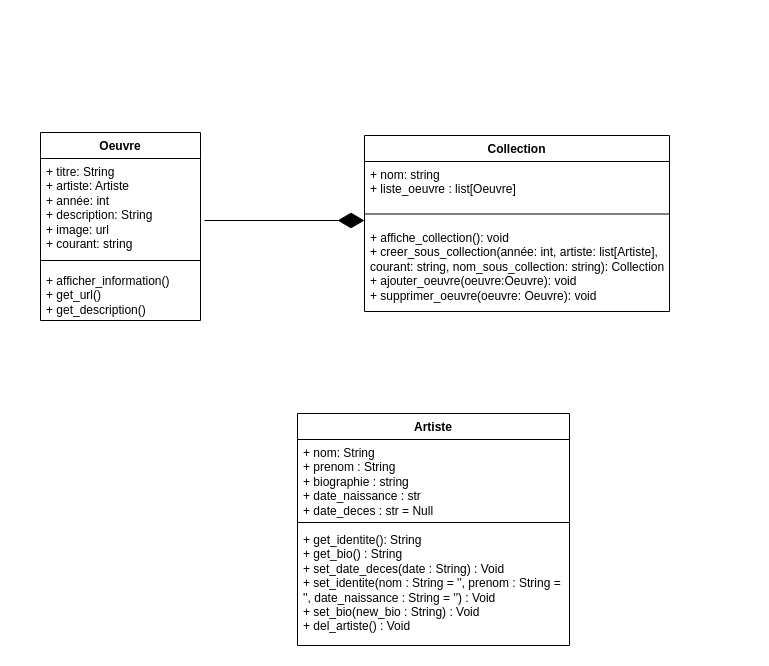
This is artefile_uml.drawio from akbarNz/projet_dev_ba2, a draw.io file, before an edit. Source tidied: cells renumbered, new cells numbered last; positions are measured from the earlier drawing's top-left corner, leaving out a move shared by most shapes. Both pictures are drawn from the tidied source at 100%, with x=0, y=0 at pixel (40, 132).
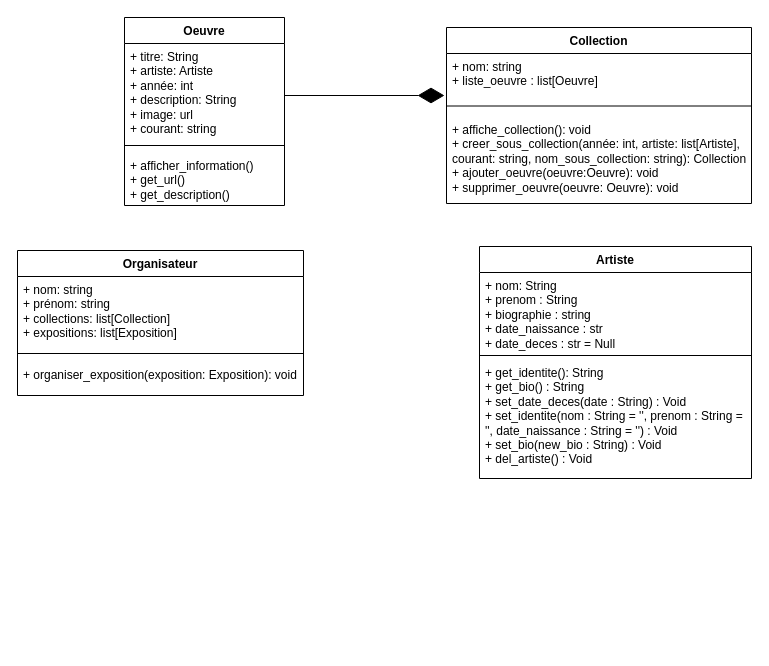
After the change.

Commit message:
Mettre à jour organisateur

What changed in the source:
```diff
@@
 <mxGraphModel>
   <root>
     <mxCell id="0" />
     <mxCell id="1" parent="0" />
     <mxCell id="2" value="Oeuvre" style="swimlane;fontStyle=1;align=center;verticalAlign=top;horizontal=1;startSize=26;whiteSpace=wrap;html=1;" parent="1" vertex="1">
-      <mxGeometry width="160" height="188" as="geometry" />
+      <mxGeometry x="84" y="-115" width="160" height="188" as="geometry" />
     </mxCell>
     <mxCell id="3" value="&lt;span style=&quot;text-wrap-mode: nowrap;&quot;&gt;+ titre: String&lt;/span&gt;&lt;br style=&quot;padding: 0px; margin: 0px; text-wrap-mode: nowrap;&quot;&gt;&lt;span style=&quot;text-wrap-mode: nowrap;&quot;&gt;+ artiste: Artiste&lt;/span&gt;&lt;br style=&quot;padding: 0px; margin: 0px; text-wrap-mode: nowrap;&quot;&gt;&lt;span style=&quot;text-wrap-mode: nowrap;&quot;&gt;+ année: int&lt;/span&gt;&lt;br style=&quot;padding: 0px; margin: 0px; text-wrap-mode: nowrap;&quot;&gt;&lt;span style=&quot;text-wrap-mode: nowrap;&quot;&gt;+ description: String&lt;/span&gt;&lt;br style=&quot;padding: 0px; margin: 0px; text-wrap-mode: nowrap;&quot;&gt;&lt;span style=&quot;text-wrap-mode: nowrap;&quot;&gt;+ image: url&lt;/span&gt;&lt;div&gt;&lt;span style=&quot;text-wrap-mode: nowrap;&quot;&gt;+ courant: string&lt;/span&gt;&lt;/div&gt;&lt;div&gt;&lt;span style=&quot;text-wrap-mode: nowrap;&quot;&gt;&lt;br&gt;&lt;/span&gt;&lt;/div&gt;" style="text;strokeColor=none;fillColor=none;align=left;verticalAlign=top;spacingLeft=4;spacingRight=4;overflow=hidden;whiteSpace=wrap;html=1;" parent="2" vertex="1">
       <mxGeometry y="26" width="160" height="95" as="geometry" />
     </mxCell>
     <mxCell id="4" style="line;strokeWidth=1;fillColor=none;align=left;verticalAlign=middle;spacingTop=-1;spacingLeft=3;spacingRight=3;labelPosition=right;strokeColor=inherit;" parent="2" vertex="1">
       <mxGeometry y="121" width="160" height="14" as="geometry" />
     </mxCell>
     <mxCell id="5" value="+ afficher_information()&lt;div&gt;+ get_url()&lt;/div&gt;&lt;div&gt;+&amp;nbsp;&lt;span style=&quot;background-color: initial;&quot;&gt;get_description()&lt;/span&gt;&lt;/div&gt;" style="text;strokeColor=none;fillColor=none;align=left;verticalAlign=top;spacingLeft=4;spacingRight=4;overflow=hidden;whiteSpace=wrap;html=1;" parent="2" vertex="1">
       <mxGeometry y="135" width="160" height="53" as="geometry" />
     </mxCell>
     <mxCell id="6" value="Artiste" style="swimlane;fontStyle=1;align=center;verticalAlign=top;horizontal=1;startSize=26;whiteSpace=wrap;html=1;" parent="1" vertex="1">
-      <mxGeometry x="257" y="281" width="272" height="232" as="geometry" />
+      <mxGeometry x="439" y="114" width="272" height="232" as="geometry" />
     </mxCell>
     <mxCell id="7" value="&lt;div&gt;+ nom: String&lt;/div&gt;&lt;div&gt;+ prenom : String&lt;/div&gt;&lt;div&gt;+ biographie : string&lt;/div&gt;&lt;div&gt;+ date_naissance : str&lt;/div&gt;&lt;div&gt;+ date_deces : str = Null&lt;br&gt;&lt;/div&gt;&lt;div&gt;&lt;br&gt;&lt;/div&gt;" style="text;strokeColor=none;fillColor=none;align=left;verticalAlign=top;spacingLeft=4;spacingRight=4;overflow=hidden;whiteSpace=wrap;html=1;" parent="6" vertex="1">
       <mxGeometry y="26" width="272" height="79" as="geometry" />
     </mxCell>
     <mxCell id="8" style="line;strokeWidth=1;fillColor=none;align=left;verticalAlign=middle;spacingTop=-1;spacingLeft=3;spacingRight=3;labelPosition=right;strokeColor=inherit;" parent="6" vertex="1">
       <mxGeometry y="105" width="272" height="8" as="geometry" />
     </mxCell>
     <mxCell id="9" value="&lt;div&gt;+ get_identite(): String&lt;/div&gt;&lt;div&gt;+ get_bio() : String&lt;/div&gt;&lt;div&gt;+ set_date_deces(date : String) : Void&lt;/div&gt;&lt;div&gt;+ set_identite(nom : String = '', prenom : String = '', date_naissance : String = '') : Void&lt;/div&gt;&lt;div&gt;+ set_bio(new_bio : String) : Void&lt;/div&gt;&lt;div&gt;+ del_artiste() : Void&lt;br&gt;&lt;/div&gt;&lt;div&gt;&amp;nbsp;&lt;br&gt;&lt;/div&gt;" style="text;strokeColor=none;fillColor=none;align=left;verticalAlign=top;spacingLeft=4;spacingRight=4;overflow=hidden;whiteSpace=wrap;html=1;" parent="6" vertex="1">
       <mxGeometry y="113" width="272" height="119" as="geometry" />
     </mxCell>
     <mxCell id="10" value="Collection" style="swimlane;fontStyle=1;align=center;verticalAlign=top;horizontal=1;startSize=26;whiteSpace=wrap;html=1;" parent="1" vertex="1">
-      <mxGeometry x="324" y="3" width="305" height="176" as="geometry" />
+      <mxGeometry x="406" y="-105" width="305" height="176" as="geometry" />
     </mxCell>
     <mxCell id="11" value="+ nom: string&lt;div&gt;&lt;div&gt;+ liste_oeuvre : list[Oeuvre]&lt;/div&gt;&lt;/div&gt;" style="text;strokeColor=none;fillColor=none;align=left;verticalAlign=top;spacingLeft=4;spacingRight=4;overflow=hidden;whiteSpace=wrap;html=1;" parent="10" vertex="1">
       <mxGeometry y="26" width="305" height="42" as="geometry" />
     </mxCell>
     <mxCell id="12" style="line;strokeWidth=1;fillColor=none;align=left;verticalAlign=middle;spacingTop=-1;spacingLeft=3;spacingRight=3;labelPosition=right;strokeColor=inherit;" parent="10" vertex="1">
       <mxGeometry y="68" width="305" height="21" as="geometry" />
     </mxCell>
     <mxCell id="13" value="+ affiche_collection(): void&lt;div&gt;+ creer_sous_collection(année: int, artiste: list[Artiste], courant: string, nom_sous_collection: string): Collection&lt;/div&gt;&lt;div&gt;+ ajouter_oeuvre(oeuvre:Oeuvre): void&lt;/div&gt;&lt;div&gt;+ supprimer_oeuvre(oeuvre: Oeuvre): void&lt;/div&gt;" style="text;strokeColor=none;fillColor=none;align=left;verticalAlign=top;spacingLeft=4;spacingRight=4;overflow=hidden;whiteSpace=wrap;html=1;" parent="10" vertex="1">
       <mxGeometry y="89" width="305" height="87" as="geometry" />
     </mxCell>
     <mxCell id="14" style="endArrow=diamondThin;endFill=1;endSize=24;html=1;rounded=0;" parent="1" edge="1">
       <mxGeometry relative="1" as="geometry">
-        <mxPoint x="164" y="88" as="sourcePoint" />
-        <mxPoint x="324" y="88" as="targetPoint" />
+        <mxPoint x="244" y="-37" as="sourcePoint" />
+        <mxPoint x="404" y="-37" as="targetPoint" />
       </mxGeometry>
     </mxCell>
+    <mxCell id="15" value="Organisateur" style="swimlane;fontStyle=1;align=center;verticalAlign=top;horizontal=1;startSize=26;whiteSpace=wrap;html=1;" parent="1" vertex="1">
+      <mxGeometry x="-23" y="118" width="286" height="145" as="geometry" />
+    </mxCell>
+    <mxCell id="16" value="+ nom: string&lt;div&gt;+ prénom: string&lt;/div&gt;&lt;div&gt;+ collections: list[Collection]&lt;/div&gt;&lt;div&gt;+ expositions: list[Exposition]&lt;/div&gt;" style="text;strokeColor=none;fillColor=none;align=left;verticalAlign=top;spacingLeft=4;spacingRight=4;overflow=hidden;whiteSpace=wrap;html=1;" parent="15" vertex="1">
+      <mxGeometry y="26" width="286" height="69" as="geometry" />
+    </mxCell>
+    <mxCell id="17" style="line;strokeWidth=1;fillColor=none;align=left;verticalAlign=middle;spacingTop=-1;spacingLeft=3;spacingRight=3;labelPosition=right;strokeColor=inherit;" parent="15" vertex="1">
+      <mxGeometry y="95" width="286" height="16" as="geometry" />
+    </mxCell>
+    <mxCell id="18" value="+ organiser_exposition(exposition: Exposition): void" style="text;strokeColor=none;fillColor=none;align=left;verticalAlign=top;spacingLeft=4;spacingRight=4;overflow=hidden;whiteSpace=wrap;html=1;" parent="15" vertex="1">
+      <mxGeometry y="111" width="286" height="34" as="geometry" />
+    </mxCell>
   </root>
 </mxGraphModel>
```
